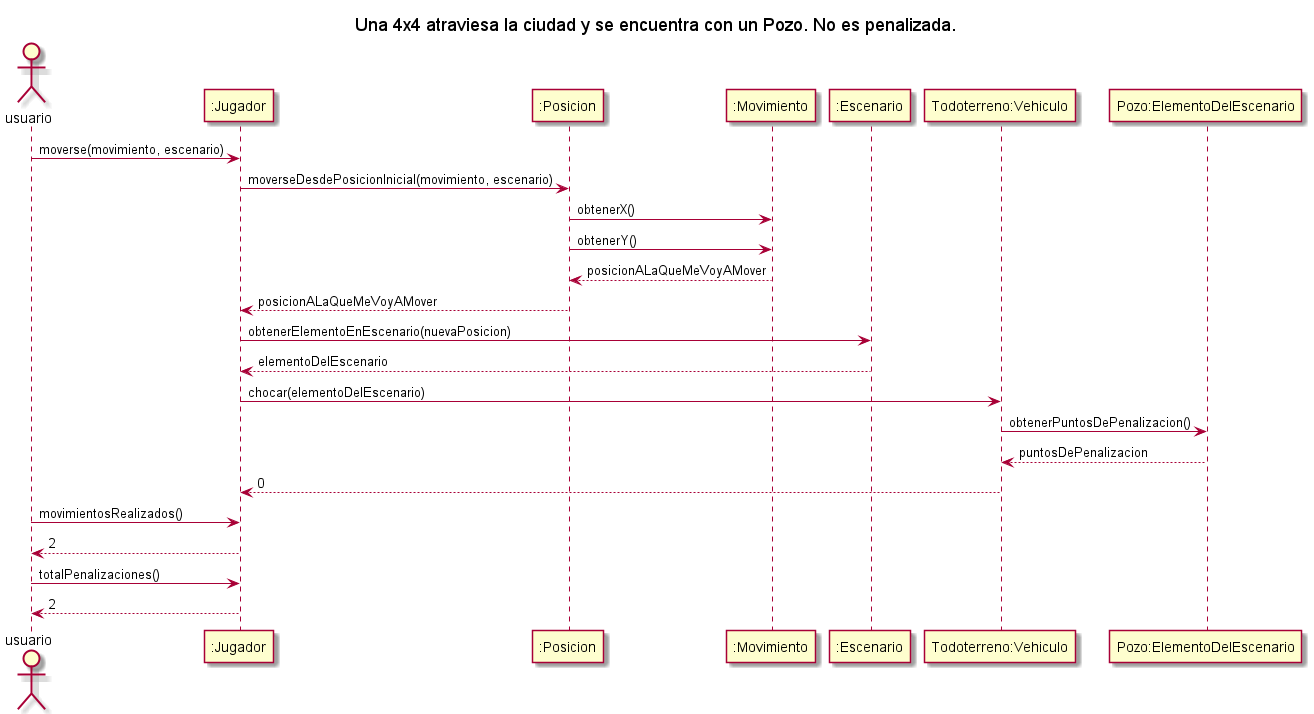
The PlantUML diagram diagrams/sequences/todoterreno_choca_pozo.png in NestorPala/T17-GPSChallenge, before a commit. Its source is kept beside it as diagrams/sequences/todoterreno_choca_pozo.puml. The source it was exported from:
```plantuml
@startuml
title Una 4x4 atraviesa la ciudad y se encuentra con un Pozo. No es penalizada.
Actor usuario

"usuario" -> ":Jugador": moverse(movimiento, escenario)
":Jugador" -> ":Posicion": moverseDesdePosicionInicial(movimiento, escenario)
":Posicion" -> ":Movimiento": obtenerX()
":Posicion" -> ":Movimiento": obtenerY()
return posicionALaQueMeVoyAMover
":Posicion" --> ":Jugador": posicionALaQueMeVoyAMover
":Jugador" -> ":Escenario": obtenerElementoEnEscenario(nuevaPosicion)
":Escenario" --> ":Jugador": elementoDelEscenario
":Jugador" -> "Todoterreno:Vehiculo": chocar(elementoDelEscenario)
"Todoterreno:Vehiculo" -> "Pozo:ElementoDelEscenario": obtenerPuntosDePenalizacion()
return puntosDePenalizacion
"Todoterreno:Vehiculo" --> ":Jugador": 0
"usuario" -> ":Jugador": movimientosRealizados()
return 2
"usuario" -> ":Jugador": totalPenalizaciones()
return 2

@enduml
```
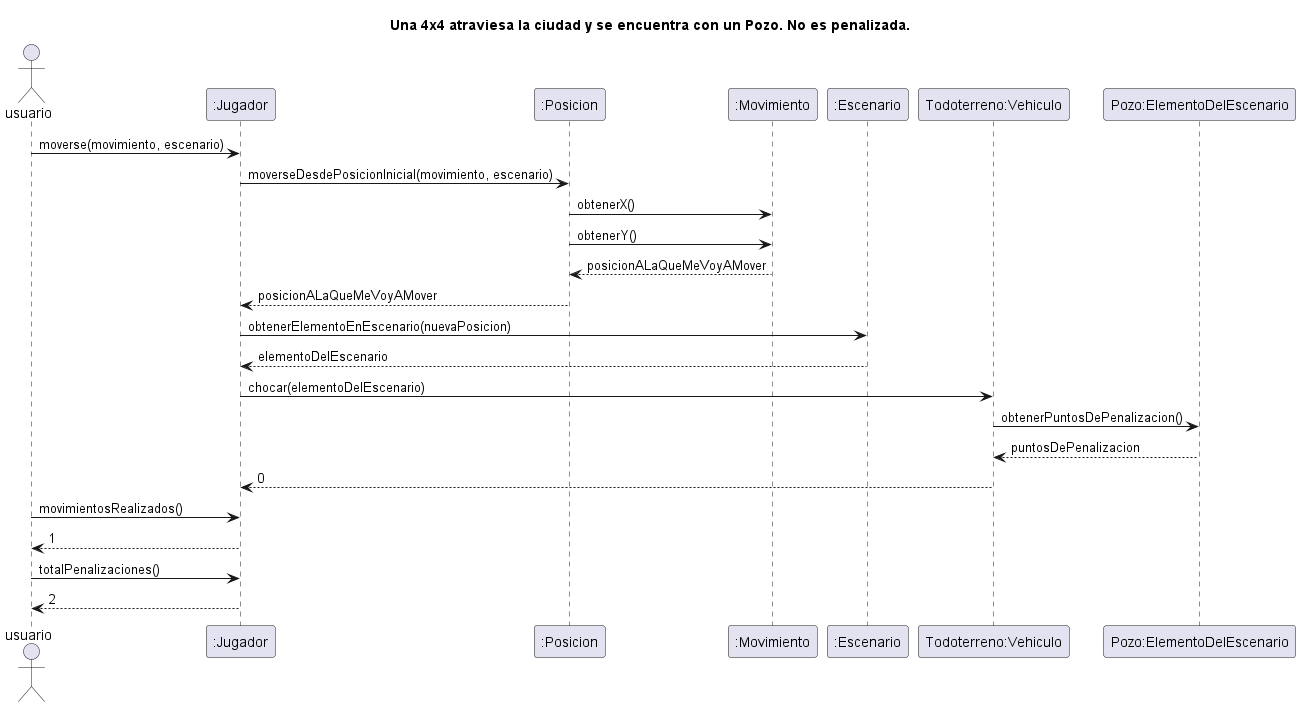
Above is the later version.

What changed in the source:
```diff
@@ -15,7 +15,7 @@
 return puntosDePenalizacion
 "Todoterreno:Vehiculo" --> ":Jugador": 0
 "usuario" -> ":Jugador": movimientosRealizados()
-return 2
+return 1
 "usuario" -> ":Jugador": totalPenalizaciones()
 return 2
 
```
